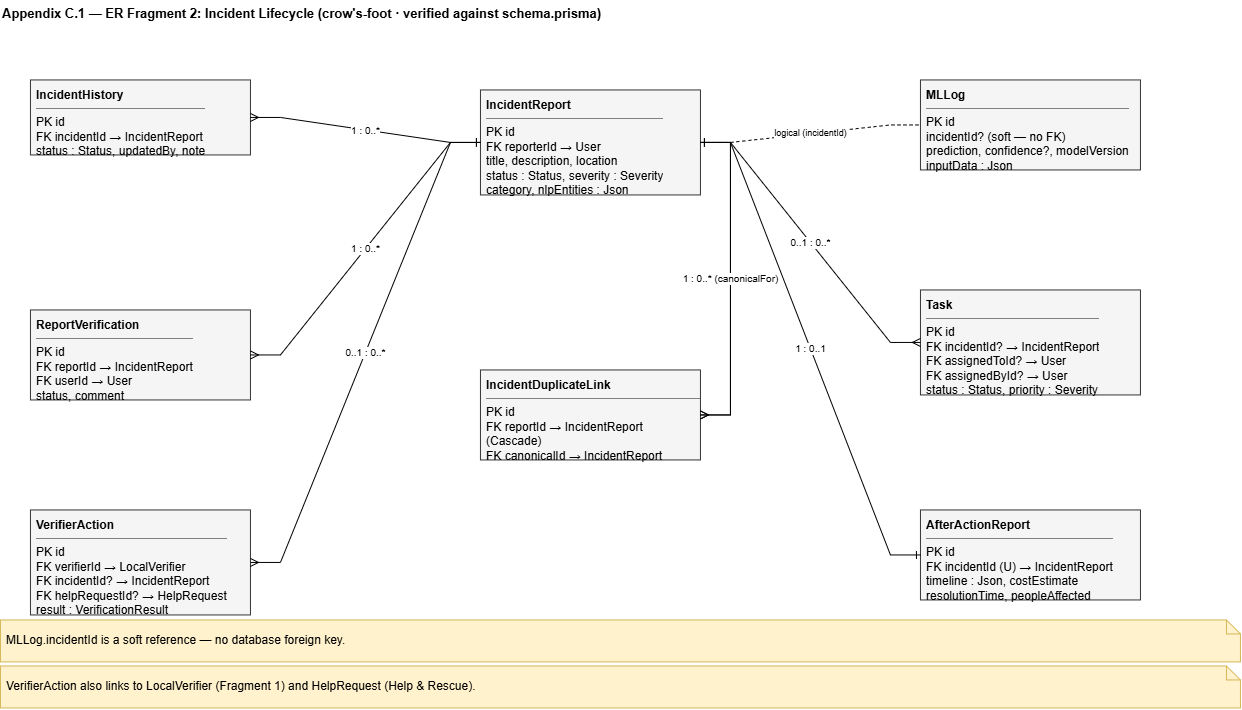
Earlier version of the draw.io export research-report-source/diagrams/pngs/Appendix_C.1_ER_Fragment_02_Incident_Lifecycle.drawio.png (DeshanDV1003/Suraksha---Web-App). Source tidied: cells renumbered, new cells last; positions are measured from the earlier drawing's top-left corner, leaving out a move shared by most shapes. The source it was exported from:
```xml
<mxGraphModel>
  <root>
    <mxCell id="0" />
    <mxCell id="1" parent="0" />
    <mxCell id="2" value="Appendix C.1 — ER Fragment 2: Incident Lifecycle   (crow's-foot · verified against schema.prisma)" style="text;html=1;fontStyle=1;fontSize=13;align=left;" parent="1" vertex="1">
      <mxGeometry width="1240" height="24" as="geometry" />
    </mxCell>
    <mxCell id="3" value="&lt;b&gt;IncidentReport&lt;/b&gt;&lt;hr size=&quot;1&quot; noshade&gt;PK id&lt;br&gt;FK reporterId  → User&lt;br&gt;title, description, location&lt;br&gt;status : Status, severity : Severity&lt;br&gt;category, nlpEntities : Json" style="rounded=0;whiteSpace=wrap;html=1;fillColor=#f5f5f5;strokeColor=#333333;align=left;verticalAlign=top;spacingLeft=4;spacingTop=2;overflow=hidden;" parent="1" vertex="1">
      <mxGeometry x="480" y="90" width="220" height="105" as="geometry" />
    </mxCell>
    <mxCell id="4" value="&lt;b&gt;IncidentHistory&lt;/b&gt;&lt;hr size=&quot;1&quot; noshade&gt;PK id&lt;br&gt;FK incidentId  → IncidentReport&lt;br&gt;status : Status, updatedBy, note" style="rounded=0;whiteSpace=wrap;html=1;fillColor=#f5f5f5;strokeColor=#333333;align=left;verticalAlign=top;spacingLeft=4;spacingTop=2;overflow=hidden;" parent="1" vertex="1">
      <mxGeometry x="30" y="80" width="220" height="75" as="geometry" />
    </mxCell>
    <mxCell id="5" value="&lt;b&gt;ReportVerification&lt;/b&gt;&lt;hr size=&quot;1&quot; noshade&gt;PK id&lt;br&gt;FK reportId  → IncidentReport&lt;br&gt;FK userId  → User&lt;br&gt;status, comment" style="rounded=0;whiteSpace=wrap;html=1;fillColor=#f5f5f5;strokeColor=#333333;align=left;verticalAlign=top;spacingLeft=4;spacingTop=2;overflow=hidden;" parent="1" vertex="1">
      <mxGeometry x="30" y="310" width="220" height="90" as="geometry" />
    </mxCell>
    <mxCell id="6" value="&lt;b&gt;VerifierAction&lt;/b&gt;&lt;hr size=&quot;1&quot; noshade&gt;PK id&lt;br&gt;FK verifierId  → LocalVerifier&lt;br&gt;FK incidentId?  → IncidentReport&lt;br&gt;FK helpRequestId?  → HelpRequest&lt;br&gt;result : VerificationResult" style="rounded=0;whiteSpace=wrap;html=1;fillColor=#f5f5f5;strokeColor=#333333;align=left;verticalAlign=top;spacingLeft=4;spacingTop=2;overflow=hidden;" parent="1" vertex="1">
      <mxGeometry x="30" y="510" width="220" height="105" as="geometry" />
    </mxCell>
    <mxCell id="7" value="&lt;b&gt;IncidentDuplicateLink&lt;/b&gt;&lt;hr size=&quot;1&quot; noshade&gt;PK id&lt;br&gt;FK reportId  → IncidentReport (Cascade)&lt;br&gt;FK canonicalId  → IncidentReport (Cascade)&lt;br&gt;score, distanceM?, status, reasons[]" style="rounded=0;whiteSpace=wrap;html=1;fillColor=#f5f5f5;strokeColor=#333333;align=left;verticalAlign=top;spacingLeft=4;spacingTop=2;overflow=hidden;" parent="1" vertex="1">
      <mxGeometry x="480" y="370" width="220" height="90" as="geometry" />
    </mxCell>
    <mxCell id="8" value="&lt;b&gt;MLLog&lt;/b&gt;&lt;hr size=&quot;1&quot; noshade&gt;PK id&lt;br&gt;incidentId?  (soft — no FK)&lt;br&gt;prediction, confidence?, modelVersion&lt;br&gt;inputData : Json" style="rounded=0;whiteSpace=wrap;html=1;fillColor=#f5f5f5;strokeColor=#333333;align=left;verticalAlign=top;spacingLeft=4;spacingTop=2;overflow=hidden;" parent="1" vertex="1">
      <mxGeometry x="920" y="80" width="220" height="90" as="geometry" />
    </mxCell>
    <mxCell id="9" value="&lt;b&gt;Task&lt;/b&gt;&lt;hr size=&quot;1&quot; noshade&gt;PK id&lt;br&gt;FK incidentId?  → IncidentReport&lt;br&gt;FK assignedToId?  → User&lt;br&gt;FK assignedById?  → User&lt;br&gt;status : Status, priority : Severity" style="rounded=0;whiteSpace=wrap;html=1;fillColor=#f5f5f5;strokeColor=#333333;align=left;verticalAlign=top;spacingLeft=4;spacingTop=2;overflow=hidden;" parent="1" vertex="1">
      <mxGeometry x="920" y="290" width="220" height="105" as="geometry" />
    </mxCell>
    <mxCell id="10" value="&lt;b&gt;AfterActionReport&lt;/b&gt;&lt;hr size=&quot;1&quot; noshade&gt;PK id&lt;br&gt;FK incidentId (U)  → IncidentReport&lt;br&gt;timeline : Json, costEstimate&lt;br&gt;resolutionTime, peopleAffected" style="rounded=0;whiteSpace=wrap;html=1;fillColor=#f5f5f5;strokeColor=#333333;align=left;verticalAlign=top;spacingLeft=4;spacingTop=2;overflow=hidden;" parent="1" vertex="1">
      <mxGeometry x="920" y="510" width="220" height="90" as="geometry" />
    </mxCell>
    <mxCell id="11" value="1 : 0..*" style="edgeStyle=entityRelationEdgeStyle;rounded=0;html=1;fontSize=10;startArrow=ERone;endArrow=ERmany;startFill=0;endFill=0;" parent="1" edge="1" source="3" target="4">
      <mxGeometry relative="1" as="geometry" />
    </mxCell>
    <mxCell id="12" value="1 : 0..*" style="edgeStyle=entityRelationEdgeStyle;rounded=0;html=1;fontSize=10;startArrow=ERone;endArrow=ERmany;startFill=0;endFill=0;" parent="1" edge="1" source="3" target="5">
      <mxGeometry relative="1" as="geometry" />
    </mxCell>
    <mxCell id="13" value="0..1 : 0..*" style="edgeStyle=entityRelationEdgeStyle;rounded=0;html=1;fontSize=10;startArrow=ERone;endArrow=ERmany;startFill=0;endFill=0;" parent="1" edge="1" source="3" target="6">
      <mxGeometry relative="1" as="geometry" />
    </mxCell>
    <mxCell id="14" value="1 : 0..*  (duplicateOf)" style="edgeStyle=entityRelationEdgeStyle;rounded=0;html=1;fontSize=10;startArrow=ERone;endArrow=ERmany;startFill=0;endFill=0;" parent="1" edge="1" source="3" target="7">
      <mxGeometry relative="1" as="geometry" />
    </mxCell>
    <mxCell id="15" value="1 : 0..*  (canonicalFor)" style="edgeStyle=entityRelationEdgeStyle;rounded=0;html=1;fontSize=10;startArrow=ERone;endArrow=ERmany;startFill=0;endFill=0;" parent="1" edge="1" source="3" target="7">
      <mxGeometry relative="1" as="geometry" />
    </mxCell>
    <mxCell id="16" value="0..1 : 0..*" style="edgeStyle=entityRelationEdgeStyle;rounded=0;html=1;fontSize=10;startArrow=ERone;endArrow=ERmany;startFill=0;endFill=0;" parent="1" edge="1" source="3" target="9">
      <mxGeometry relative="1" as="geometry" />
    </mxCell>
    <mxCell id="17" value="1 : 0..1" style="edgeStyle=entityRelationEdgeStyle;rounded=0;html=1;fontSize=10;startArrow=ERone;endArrow=ERone;startFill=0;endFill=0;" parent="1" edge="1" source="3" target="10">
      <mxGeometry relative="1" as="geometry" />
    </mxCell>
    <mxCell id="18" value="logical (incidentId)" style="edgeStyle=entityRelationEdgeStyle;rounded=0;html=1;fontSize=9;dashed=1;startArrow=none;endArrow=none;" parent="1" edge="1" source="3" target="8">
      <mxGeometry relative="1" as="geometry" />
    </mxCell>
    <mxCell id="19" value="MLLog.incidentId is a soft reference — no database foreign key." style="shape=note;whiteSpace=wrap;html=1;fillColor=#fff2cc;strokeColor=#d6b656;size=14;align=left;spacingLeft=4;" parent="1" vertex="1">
      <mxGeometry y="620" width="1240" height="42" as="geometry" />
    </mxCell>
    <mxCell id="20" value="VerifierAction also links to LocalVerifier (Fragment 1) and HelpRequest (Help &amp; Rescue)." style="shape=note;whiteSpace=wrap;html=1;fillColor=#fff2cc;strokeColor=#d6b656;size=14;align=left;spacingLeft=4;" parent="1" vertex="1">
      <mxGeometry y="666" width="1240" height="42" as="geometry" />
    </mxCell>
  </root>
</mxGraphModel>
```
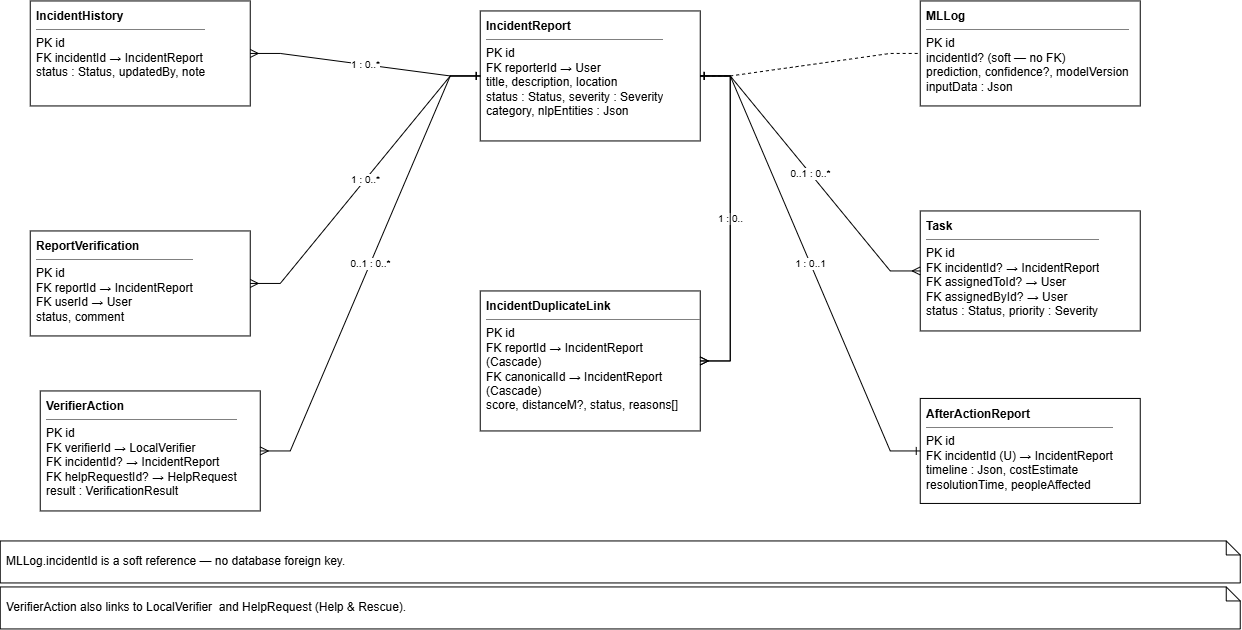
Later version of the same file.

What changed in the source:
```diff
@@ -2,32 +2,29 @@
   <root>
     <mxCell id="0" />
     <mxCell id="1" parent="0" />
-    <mxCell id="2" value="Appendix C.1 — ER Fragment 2: Incident Lifecycle   (crow's-foot · verified against schema.prisma)" style="text;html=1;fontStyle=1;fontSize=13;align=left;" parent="1" vertex="1">
-      <mxGeometry width="1240" height="24" as="geometry" />
-    </mxCell>
-    <mxCell id="3" value="&lt;b&gt;IncidentReport&lt;/b&gt;&lt;hr size=&quot;1&quot; noshade&gt;PK id&lt;br&gt;FK reporterId  → User&lt;br&gt;title, description, location&lt;br&gt;status : Status, severity : Severity&lt;br&gt;category, nlpEntities : Json" style="rounded=0;whiteSpace=wrap;html=1;fillColor=#f5f5f5;strokeColor=#333333;align=left;verticalAlign=top;spacingLeft=4;spacingTop=2;overflow=hidden;" parent="1" vertex="1">
-      <mxGeometry x="480" y="90" width="220" height="105" as="geometry" />
+    <mxCell id="3" value="&lt;b&gt;IncidentReport&lt;/b&gt;&lt;hr size=&quot;1&quot; noshade&gt;PK id&lt;br&gt;FK reporterId  → User&lt;br&gt;title, description, location&lt;br&gt;status : Status, severity : Severity&lt;br&gt;category, nlpEntities : Json" style="rounded=0;whiteSpace=wrap;html=1;align=left;verticalAlign=top;spacingLeft=4;spacingTop=2;overflow=hidden;" parent="1" vertex="1">
+      <mxGeometry x="480" y="90" width="220" height="130" as="geometry" />
     </mxCell>
-    <mxCell id="4" value="&lt;b&gt;IncidentHistory&lt;/b&gt;&lt;hr size=&quot;1&quot; noshade&gt;PK id&lt;br&gt;FK incidentId  → IncidentReport&lt;br&gt;status : Status, updatedBy, note" style="rounded=0;whiteSpace=wrap;html=1;fillColor=#f5f5f5;strokeColor=#333333;align=left;verticalAlign=top;spacingLeft=4;spacingTop=2;overflow=hidden;" parent="1" vertex="1">
-      <mxGeometry x="30" y="80" width="220" height="75" as="geometry" />
+    <mxCell id="4" value="&lt;b&gt;IncidentHistory&lt;/b&gt;&lt;hr size=&quot;1&quot; noshade&gt;PK id&lt;br&gt;FK incidentId  → IncidentReport&lt;br&gt;status : Status, updatedBy, note" style="rounded=0;whiteSpace=wrap;html=1;align=left;verticalAlign=top;spacingLeft=4;spacingTop=2;overflow=hidden;" parent="1" vertex="1">
+      <mxGeometry x="30" y="80" width="220" height="105" as="geometry" />
     </mxCell>
-    <mxCell id="5" value="&lt;b&gt;ReportVerification&lt;/b&gt;&lt;hr size=&quot;1&quot; noshade&gt;PK id&lt;br&gt;FK reportId  → IncidentReport&lt;br&gt;FK userId  → User&lt;br&gt;status, comment" style="rounded=0;whiteSpace=wrap;html=1;fillColor=#f5f5f5;strokeColor=#333333;align=left;verticalAlign=top;spacingLeft=4;spacingTop=2;overflow=hidden;" parent="1" vertex="1">
-      <mxGeometry x="30" y="310" width="220" height="90" as="geometry" />
+    <mxCell id="5" value="&lt;b&gt;ReportVerification&lt;/b&gt;&lt;hr size=&quot;1&quot; noshade&gt;PK id&lt;br&gt;FK reportId  → IncidentReport&lt;br&gt;FK userId  → User&lt;br&gt;status, comment" style="rounded=0;whiteSpace=wrap;html=1;align=left;verticalAlign=top;spacingLeft=4;spacingTop=2;overflow=hidden;" parent="1" vertex="1">
+      <mxGeometry x="30" y="310" width="220" height="105" as="geometry" />
     </mxCell>
-    <mxCell id="6" value="&lt;b&gt;VerifierAction&lt;/b&gt;&lt;hr size=&quot;1&quot; noshade&gt;PK id&lt;br&gt;FK verifierId  → LocalVerifier&lt;br&gt;FK incidentId?  → IncidentReport&lt;br&gt;FK helpRequestId?  → HelpRequest&lt;br&gt;result : VerificationResult" style="rounded=0;whiteSpace=wrap;html=1;fillColor=#f5f5f5;strokeColor=#333333;align=left;verticalAlign=top;spacingLeft=4;spacingTop=2;overflow=hidden;" parent="1" vertex="1">
-      <mxGeometry x="30" y="510" width="220" height="105" as="geometry" />
+    <mxCell id="6" value="&lt;b&gt;VerifierAction&lt;/b&gt;&lt;hr size=&quot;1&quot; noshade&gt;PK id&lt;br&gt;FK verifierId  → LocalVerifier&lt;br&gt;FK incidentId?  → IncidentReport&lt;br&gt;FK helpRequestId?  → HelpRequest&lt;br&gt;result : VerificationResult" style="rounded=0;whiteSpace=wrap;html=1;align=left;verticalAlign=top;spacingLeft=4;spacingTop=2;overflow=hidden;" parent="1" vertex="1">
+      <mxGeometry x="40" y="470" width="220" height="120" as="geometry" />
     </mxCell>
-    <mxCell id="7" value="&lt;b&gt;IncidentDuplicateLink&lt;/b&gt;&lt;hr size=&quot;1&quot; noshade&gt;PK id&lt;br&gt;FK reportId  → IncidentReport (Cascade)&lt;br&gt;FK canonicalId  → IncidentReport (Cascade)&lt;br&gt;score, distanceM?, status, reasons[]" style="rounded=0;whiteSpace=wrap;html=1;fillColor=#f5f5f5;strokeColor=#333333;align=left;verticalAlign=top;spacingLeft=4;spacingTop=2;overflow=hidden;" parent="1" vertex="1">
-      <mxGeometry x="480" y="370" width="220" height="90" as="geometry" />
+    <mxCell id="7" value="&lt;b&gt;IncidentDuplicateLink&lt;/b&gt;&lt;hr size=&quot;1&quot; noshade&gt;PK id&lt;br&gt;FK reportId  → IncidentReport (Cascade)&lt;br&gt;FK canonicalId  → IncidentReport (Cascade)&lt;br&gt;score, distanceM?, status, reasons[]" style="rounded=0;whiteSpace=wrap;html=1;align=left;verticalAlign=top;spacingLeft=4;spacingTop=2;overflow=hidden;" parent="1" vertex="1">
+      <mxGeometry x="480" y="370" width="220" height="140" as="geometry" />
     </mxCell>
-    <mxCell id="8" value="&lt;b&gt;MLLog&lt;/b&gt;&lt;hr size=&quot;1&quot; noshade&gt;PK id&lt;br&gt;incidentId?  (soft — no FK)&lt;br&gt;prediction, confidence?, modelVersion&lt;br&gt;inputData : Json" style="rounded=0;whiteSpace=wrap;html=1;fillColor=#f5f5f5;strokeColor=#333333;align=left;verticalAlign=top;spacingLeft=4;spacingTop=2;overflow=hidden;" parent="1" vertex="1">
-      <mxGeometry x="920" y="80" width="220" height="90" as="geometry" />
+    <mxCell id="8" value="&lt;b&gt;MLLog&lt;/b&gt;&lt;hr size=&quot;1&quot; noshade&gt;PK id&lt;br&gt;incidentId?  (soft — no FK)&lt;br&gt;prediction, confidence?, modelVersion&lt;br&gt;inputData : Json" style="rounded=0;whiteSpace=wrap;html=1;align=left;verticalAlign=top;spacingLeft=4;spacingTop=2;overflow=hidden;" parent="1" vertex="1">
+      <mxGeometry x="920" y="80" width="220" height="105" as="geometry" />
     </mxCell>
-    <mxCell id="9" value="&lt;b&gt;Task&lt;/b&gt;&lt;hr size=&quot;1&quot; noshade&gt;PK id&lt;br&gt;FK incidentId?  → IncidentReport&lt;br&gt;FK assignedToId?  → User&lt;br&gt;FK assignedById?  → User&lt;br&gt;status : Status, priority : Severity" style="rounded=0;whiteSpace=wrap;html=1;fillColor=#f5f5f5;strokeColor=#333333;align=left;verticalAlign=top;spacingLeft=4;spacingTop=2;overflow=hidden;" parent="1" vertex="1">
-      <mxGeometry x="920" y="290" width="220" height="105" as="geometry" />
+    <mxCell id="9" value="&lt;b&gt;Task&lt;/b&gt;&lt;hr size=&quot;1&quot; noshade&gt;PK id&lt;br&gt;FK incidentId?  → IncidentReport&lt;br&gt;FK assignedToId?  → User&lt;br&gt;FK assignedById?  → User&lt;br&gt;status : Status, priority : Severity" style="rounded=0;whiteSpace=wrap;html=1;align=left;verticalAlign=top;spacingLeft=4;spacingTop=2;overflow=hidden;" parent="1" vertex="1">
+      <mxGeometry x="920" y="290" width="220" height="120" as="geometry" />
     </mxCell>
-    <mxCell id="10" value="&lt;b&gt;AfterActionReport&lt;/b&gt;&lt;hr size=&quot;1&quot; noshade&gt;PK id&lt;br&gt;FK incidentId (U)  → IncidentReport&lt;br&gt;timeline : Json, costEstimate&lt;br&gt;resolutionTime, peopleAffected" style="rounded=0;whiteSpace=wrap;html=1;fillColor=#f5f5f5;strokeColor=#333333;align=left;verticalAlign=top;spacingLeft=4;spacingTop=2;overflow=hidden;" parent="1" vertex="1">
-      <mxGeometry x="920" y="510" width="220" height="90" as="geometry" />
+    <mxCell id="10" value="&lt;b&gt;AfterActionReport&lt;/b&gt;&lt;hr size=&quot;1&quot; noshade&gt;PK id&lt;br&gt;FK incidentId (U)  → IncidentReport&lt;br&gt;timeline : Json, costEstimate&lt;br&gt;resolutionTime, peopleAffected" style="rounded=0;whiteSpace=wrap;html=1;align=left;verticalAlign=top;spacingLeft=4;spacingTop=2;overflow=hidden;" parent="1" vertex="1">
+      <mxGeometry x="920" y="477.5" width="220" height="105" as="geometry" />
     </mxCell>
     <mxCell id="11" value="1 : 0..*" style="edgeStyle=entityRelationEdgeStyle;rounded=0;html=1;fontSize=10;startArrow=ERone;endArrow=ERmany;startFill=0;endFill=0;" parent="1" edge="1" source="3" target="4">
       <mxGeometry relative="1" as="geometry" />
@@ -38,10 +35,10 @@
     <mxCell id="13" value="0..1 : 0..*" style="edgeStyle=entityRelationEdgeStyle;rounded=0;html=1;fontSize=10;startArrow=ERone;endArrow=ERmany;startFill=0;endFill=0;" parent="1" edge="1" source="3" target="6">
       <mxGeometry relative="1" as="geometry" />
     </mxCell>
-    <mxCell id="14" value="1 : 0..*  (duplicateOf)" style="edgeStyle=entityRelationEdgeStyle;rounded=0;html=1;fontSize=10;startArrow=ERone;endArrow=ERmany;startFill=0;endFill=0;" parent="1" edge="1" source="3" target="7">
+    <mxCell id="14" value="1 : 0.." style="edgeStyle=entityRelationEdgeStyle;rounded=0;html=1;fontSize=10;startArrow=ERone;endArrow=ERmany;startFill=0;endFill=0;" parent="1" edge="1" source="3" target="7">
       <mxGeometry relative="1" as="geometry" />
     </mxCell>
-    <mxCell id="15" value="1 : 0..*  (canonicalFor)" style="edgeStyle=entityRelationEdgeStyle;rounded=0;html=1;fontSize=10;startArrow=ERone;endArrow=ERmany;startFill=0;endFill=0;" parent="1" edge="1" source="3" target="7">
+    <mxCell id="15" style="edgeStyle=entityRelationEdgeStyle;rounded=0;html=1;fontSize=10;startArrow=ERone;endArrow=ERmany;startFill=0;endFill=0;" parent="1" edge="1" source="3" target="7">
       <mxGeometry relative="1" as="geometry" />
     </mxCell>
     <mxCell id="16" value="0..1 : 0..*" style="edgeStyle=entityRelationEdgeStyle;rounded=0;html=1;fontSize=10;startArrow=ERone;endArrow=ERmany;startFill=0;endFill=0;" parent="1" edge="1" source="3" target="9">
@@ -50,13 +47,13 @@
     <mxCell id="17" value="1 : 0..1" style="edgeStyle=entityRelationEdgeStyle;rounded=0;html=1;fontSize=10;startArrow=ERone;endArrow=ERone;startFill=0;endFill=0;" parent="1" edge="1" source="3" target="10">
       <mxGeometry relative="1" as="geometry" />
     </mxCell>
-    <mxCell id="18" value="logical (incidentId)" style="edgeStyle=entityRelationEdgeStyle;rounded=0;html=1;fontSize=9;dashed=1;startArrow=none;endArrow=none;" parent="1" edge="1" source="3" target="8">
+    <mxCell id="18" style="edgeStyle=entityRelationEdgeStyle;rounded=0;html=1;fontSize=9;dashed=1;startArrow=none;endArrow=none;" parent="1" edge="1" source="3" target="8">
       <mxGeometry relative="1" as="geometry" />
     </mxCell>
-    <mxCell id="19" value="MLLog.incidentId is a soft reference — no database foreign key." style="shape=note;whiteSpace=wrap;html=1;fillColor=#fff2cc;strokeColor=#d6b656;size=14;align=left;spacingLeft=4;" parent="1" vertex="1">
+    <mxCell id="19" value="MLLog.incidentId is a soft reference — no database foreign key." style="shape=note;whiteSpace=wrap;html=1;size=14;align=left;spacingLeft=4;" parent="1" vertex="1">
       <mxGeometry y="620" width="1240" height="42" as="geometry" />
     </mxCell>
-    <mxCell id="20" value="VerifierAction also links to LocalVerifier (Fragment 1) and HelpRequest (Help &amp; Rescue)." style="shape=note;whiteSpace=wrap;html=1;fillColor=#fff2cc;strokeColor=#d6b656;size=14;align=left;spacingLeft=4;" parent="1" vertex="1">
+    <mxCell id="20" value="VerifierAction also links to LocalVerifier&amp;nbsp; and HelpRequest (Help &amp;amp; Rescue)." style="shape=note;whiteSpace=wrap;html=1;size=14;align=left;spacingLeft=4;" parent="1" vertex="1">
       <mxGeometry y="666" width="1240" height="42" as="geometry" />
     </mxCell>
   </root>
```
